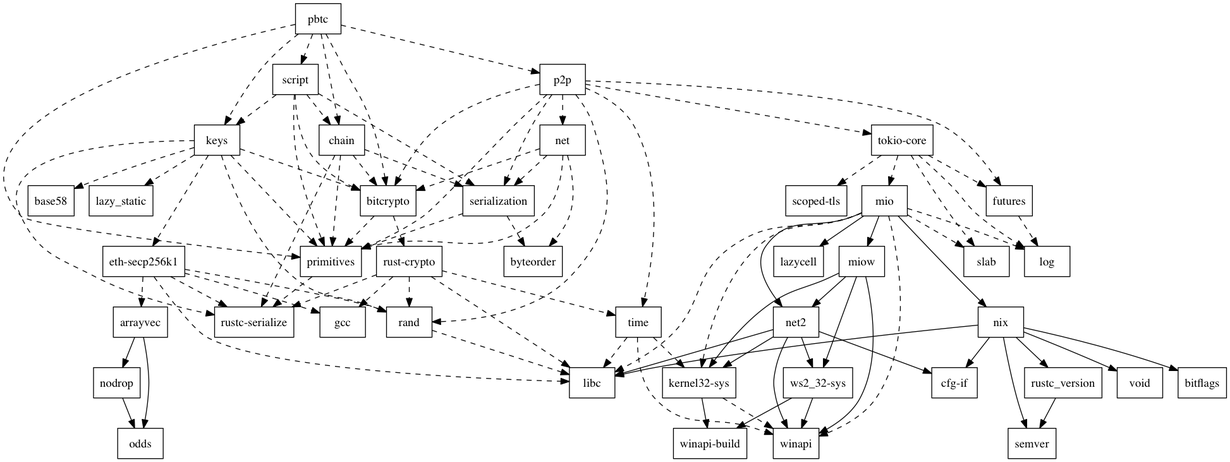
Before: tools/graph.png, a diagram exported from Graphviz (paritytech/parity-bitcoin). Its source is kept beside it as tools/graph.dot.
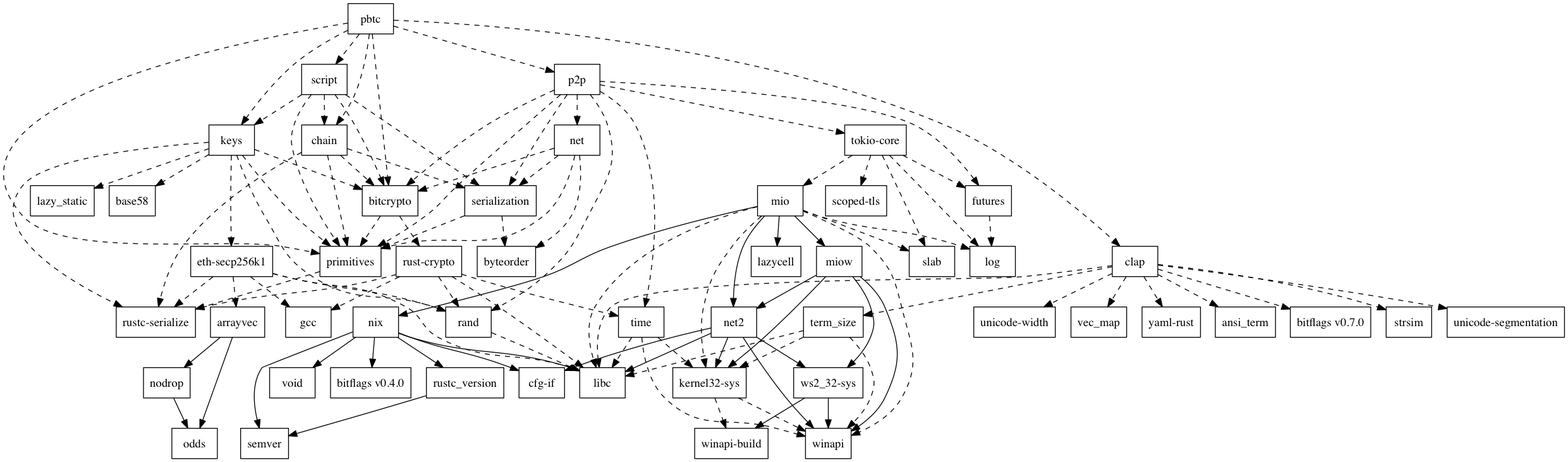
Above is the later version.

Change to the diagram source:
```diff
@@ -2,133 +2,155 @@
 	N0[label="pbtc",shape=box];
 	N1[label="bitcrypto",shape=box];
 	N2[label="chain",shape=box];
-	N3[label="keys",shape=box];
-	N4[label="p2p",shape=box];
-	N5[label="primitives",shape=box];
-	N6[label="script",shape=box];
-	N7[label="arrayvec",shape=box];
-	N8[label="nodrop",shape=box];
-	N9[label="odds",shape=box];
-	N10[label="base58",shape=box];
-	N11[label="rust-crypto",shape=box];
-	N12[label="bitflags",shape=box];
-	N13[label="byteorder",shape=box];
-	N14[label="cfg-if",shape=box];
-	N15[label="rustc-serialize",shape=box];
-	N16[label="serialization",shape=box];
-	N17[label="eth-secp256k1",shape=box];
-	N18[label="gcc",shape=box];
-	N19[label="libc",shape=box];
-	N20[label="rand",shape=box];
-	N21[label="futures",shape=box];
-	N22[label="log",shape=box];
-	N23[label="kernel32-sys",shape=box];
-	N24[label="winapi",shape=box];
-	N25[label="winapi-build",shape=box];
-	N26[label="lazy_static",shape=box];
-	N27[label="lazycell",shape=box];
-	N28[label="mio",shape=box];
-	N29[label="miow",shape=box];
-	N30[label="net2",shape=box];
-	N31[label="nix",shape=box];
-	N32[label="slab",shape=box];
-	N33[label="ws2_32-sys",shape=box];
-	N34[label="net",shape=box];
-	N35[label="rustc_version",shape=box];
-	N36[label="semver",shape=box];
-	N37[label="void",shape=box];
-	N38[label="time",shape=box];
-	N39[label="tokio-core",shape=box];
-	N40[label="scoped-tls",shape=box];
+	N3[label="clap",shape=box];
+	N4[label="keys",shape=box];
+	N5[label="p2p",shape=box];
+	N6[label="primitives",shape=box];
+	N7[label="script",shape=box];
+	N8[label="ansi_term",shape=box];
+	N9[label="arrayvec",shape=box];
+	N10[label="nodrop",shape=box];
+	N11[label="odds",shape=box];
+	N12[label="base58",shape=box];
+	N13[label="rust-crypto",shape=box];
+	N14[label="bitflags v0.4.0",shape=box];
+	N15[label="bitflags v0.7.0",shape=box];
+	N16[label="byteorder",shape=box];
+	N17[label="cfg-if",shape=box];
+	N18[label="rustc-serialize",shape=box];
+	N19[label="serialization",shape=box];
+	N20[label="libc",shape=box];
+	N21[label="strsim",shape=box];
+	N22[label="term_size",shape=box];
+	N23[label="unicode-segmentation",shape=box];
+	N24[label="unicode-width",shape=box];
+	N25[label="vec_map",shape=box];
+	N26[label="yaml-rust",shape=box];
+	N27[label="eth-secp256k1",shape=box];
+	N28[label="gcc",shape=box];
+	N29[label="rand",shape=box];
+	N30[label="futures",shape=box];
+	N31[label="log",shape=box];
+	N32[label="kernel32-sys",shape=box];
+	N33[label="winapi",shape=box];
+	N34[label="winapi-build",shape=box];
+	N35[label="lazy_static",shape=box];
+	N36[label="lazycell",shape=box];
+	N37[label="mio",shape=box];
+	N38[label="miow",shape=box];
+	N39[label="net2",shape=box];
+	N40[label="nix",shape=box];
+	N41[label="slab",shape=box];
+	N42[label="ws2_32-sys",shape=box];
+	N43[label="net",shape=box];
+	N44[label="rustc_version",shape=box];
+	N45[label="semver",shape=box];
+	N46[label="void",shape=box];
+	N47[label="time",shape=box];
+	N48[label="tokio-core",shape=box];
+	N49[label="scoped-tls",shape=box];
 	N0 -> N1[label="",style=dashed];
 	N0 -> N2[label="",style=dashed];
 	N0 -> N3[label="",style=dashed];
 	N0 -> N4[label="",style=dashed];
 	N0 -> N5[label="",style=dashed];
 	N0 -> N6[label="",style=dashed];
-	N1 -> N5[label="",style=dashed];
-	N1 -> N11[label="",style=dashed];
+	N0 -> N7[label="",style=dashed];
+	N1 -> N6[label="",style=dashed];
+	N1 -> N13[label="",style=dashed];
 	N2 -> N1[label="",style=dashed];
-	N2 -> N5[label="",style=dashed];
-	N2 -> N15[label="",style=dashed];
-	N2 -> N16[label="",style=dashed];
-	N3 -> N1[label="",style=dashed];
-	N3 -> N5[label="",style=dashed];
-	N3 -> N10[label="",style=dashed];
+	N2 -> N6[label="",style=dashed];
+	N2 -> N18[label="",style=dashed];
+	N2 -> N19[label="",style=dashed];
+	N3 -> N8[label="",style=dashed];
 	N3 -> N15[label="",style=dashed];
-	N3 -> N17[label="",style=dashed];
 	N3 -> N20[label="",style=dashed];
+	N3 -> N21[label="",style=dashed];
+	N3 -> N22[label="",style=dashed];
+	N3 -> N23[label="",style=dashed];
+	N3 -> N24[label="",style=dashed];
+	N3 -> N25[label="",style=dashed];
 	N3 -> N26[label="",style=dashed];
 	N4 -> N1[label="",style=dashed];
-	N4 -> N5[label="",style=dashed];
-	N4 -> N16[label="",style=dashed];
-	N4 -> N20[label="",style=dashed];
-	N4 -> N21[label="",style=dashed];
-	N4 -> N34[label="",style=dashed];
-	N4 -> N38[label="",style=dashed];
-	N4 -> N39[label="",style=dashed];
-	N5 -> N15[label="",style=dashed];
-	N6 -> N1[label="",style=dashed];
-	N6 -> N2[label="",style=dashed];
-	N6 -> N3[label="",style=dashed];
-	N6 -> N5[label="",style=dashed];
-	N6 -> N16[label="",style=dashed];
-	N7 -> N8[label=""];
-	N7 -> N9[label=""];
-	N8 -> N9[label=""];
-	N11 -> N15[label="",style=dashed];
-	N11 -> N18[label="",style=dashed];
-	N11 -> N19[label="",style=dashed];
-	N11 -> N20[label="",style=dashed];
-	N11 -> N38[label="",style=dashed];
-	N16 -> N5[label="",style=dashed];
-	N16 -> N13[label="",style=dashed];
-	N17 -> N7[label="",style=dashed];
-	N17 -> N15[label="",style=dashed];
-	N17 -> N18[label="",style=dashed];
-	N17 -> N19[label="",style=dashed];
-	N17 -> N20[label="",style=dashed];
-	N20 -> N19[label="",style=dashed];
-	N21 -> N22[label="",style=dashed];
-	N23 -> N24[label="",style=dashed];
-	N23 -> N25[label=""];
-	N28 -> N19[label="",style=dashed];
-	N28 -> N22[label="",style=dashed];
-	N28 -> N23[label="",style=dashed];
-	N28 -> N24[label="",style=dashed];
-	N28 -> N27[label=""];
-	N28 -> N29[label=""];
-	N28 -> N30[label=""];
-	N28 -> N31[label=""];
-	N28 -> N32[label="",style=dashed];
-	N29 -> N23[label=""];
-	N29 -> N24[label=""];
-	N29 -> N30[label=""];
-	N29 -> N33[label=""];
-	N30 -> N14[label=""];
-	N30 -> N19[label=""];
-	N30 -> N23[label=""];
-	N30 -> N24[label=""];
-	N30 -> N33[label=""];
-	N31 -> N12[label=""];
-	N31 -> N14[label=""];
-	N31 -> N19[label=""];
-	N31 -> N35[label=""];
-	N31 -> N36[label=""];
-	N31 -> N37[label=""];
-	N33 -> N24[label=""];
-	N33 -> N25[label=""];
-	N34 -> N1[label="",style=dashed];
-	N34 -> N5[label="",style=dashed];
-	N34 -> N13[label="",style=dashed];
-	N34 -> N16[label="",style=dashed];
-	N35 -> N36[label=""];
-	N38 -> N19[label="",style=dashed];
-	N38 -> N23[label="",style=dashed];
-	N38 -> N24[label="",style=dashed];
-	N39 -> N21[label="",style=dashed];
-	N39 -> N22[label="",style=dashed];
-	N39 -> N28[label="",style=dashed];
-	N39 -> N32[label="",style=dashed];
-	N39 -> N40[label="",style=dashed];
+	N4 -> N6[label="",style=dashed];
+	N4 -> N12[label="",style=dashed];
+	N4 -> N18[label="",style=dashed];
+	N4 -> N27[label="",style=dashed];
+	N4 -> N29[label="",style=dashed];
+	N4 -> N35[label="",style=dashed];
+	N5 -> N1[label="",style=dashed];
+	N5 -> N6[label="",style=dashed];
+	N5 -> N19[label="",style=dashed];
+	N5 -> N29[label="",style=dashed];
+	N5 -> N30[label="",style=dashed];
+	N5 -> N43[label="",style=dashed];
+	N5 -> N47[label="",style=dashed];
+	N5 -> N48[label="",style=dashed];
+	N6 -> N18[label="",style=dashed];
+	N7 -> N1[label="",style=dashed];
+	N7 -> N2[label="",style=dashed];
+	N7 -> N4[label="",style=dashed];
+	N7 -> N6[label="",style=dashed];
+	N7 -> N19[label="",style=dashed];
+	N9 -> N10[label=""];
+	N9 -> N11[label=""];
+	N10 -> N11[label=""];
+	N13 -> N18[label="",style=dashed];
+	N13 -> N20[label="",style=dashed];
+	N13 -> N28[label="",style=dashed];
+	N13 -> N29[label="",style=dashed];
+	N13 -> N47[label="",style=dashed];
+	N19 -> N6[label="",style=dashed];
+	N19 -> N16[label="",style=dashed];
+	N22 -> N20[label="",style=dashed];
+	N22 -> N32[label="",style=dashed];
+	N22 -> N33[label="",style=dashed];
+	N27 -> N9[label="",style=dashed];
+	N27 -> N18[label="",style=dashed];
+	N27 -> N20[label="",style=dashed];
+	N27 -> N28[label="",style=dashed];
+	N27 -> N29[label="",style=dashed];
+	N29 -> N20[label="",style=dashed];
+	N30 -> N31[label="",style=dashed];
+	N32 -> N33[label="",style=dashed];
+	N32 -> N34[label="",style=dashed];
+	N37 -> N20[label="",style=dashed];
+	N37 -> N31[label="",style=dashed];
+	N37 -> N32[label="",style=dashed];
+	N37 -> N33[label="",style=dashed];
+	N37 -> N36[label=""];
+	N37 -> N38[label=""];
+	N37 -> N39[label=""];
+	N37 -> N40[label=""];
+	N37 -> N41[label="",style=dashed];
+	N38 -> N32[label=""];
+	N38 -> N33[label=""];
+	N38 -> N39[label=""];
+	N38 -> N42[label=""];
+	N39 -> N17[label=""];
+	N39 -> N20[label=""];
+	N39 -> N32[label=""];
+	N39 -> N33[label=""];
+	N39 -> N42[label=""];
+	N40 -> N14[label=""];
+	N40 -> N17[label=""];
+	N40 -> N20[label=""];
+	N40 -> N44[label=""];
+	N40 -> N45[label=""];
+	N40 -> N46[label=""];
+	N42 -> N33[label=""];
+	N42 -> N34[label=""];
+	N43 -> N1[label="",style=dashed];
+	N43 -> N6[label="",style=dashed];
+	N43 -> N16[label="",style=dashed];
+	N43 -> N19[label="",style=dashed];
+	N44 -> N45[label=""];
+	N47 -> N20[label="",style=dashed];
+	N47 -> N32[label="",style=dashed];
+	N47 -> N33[label="",style=dashed];
+	N48 -> N30[label="",style=dashed];
+	N48 -> N31[label="",style=dashed];
+	N48 -> N37[label="",style=dashed];
+	N48 -> N41[label="",style=dashed];
+	N48 -> N49[label="",style=dashed];
 }
```
